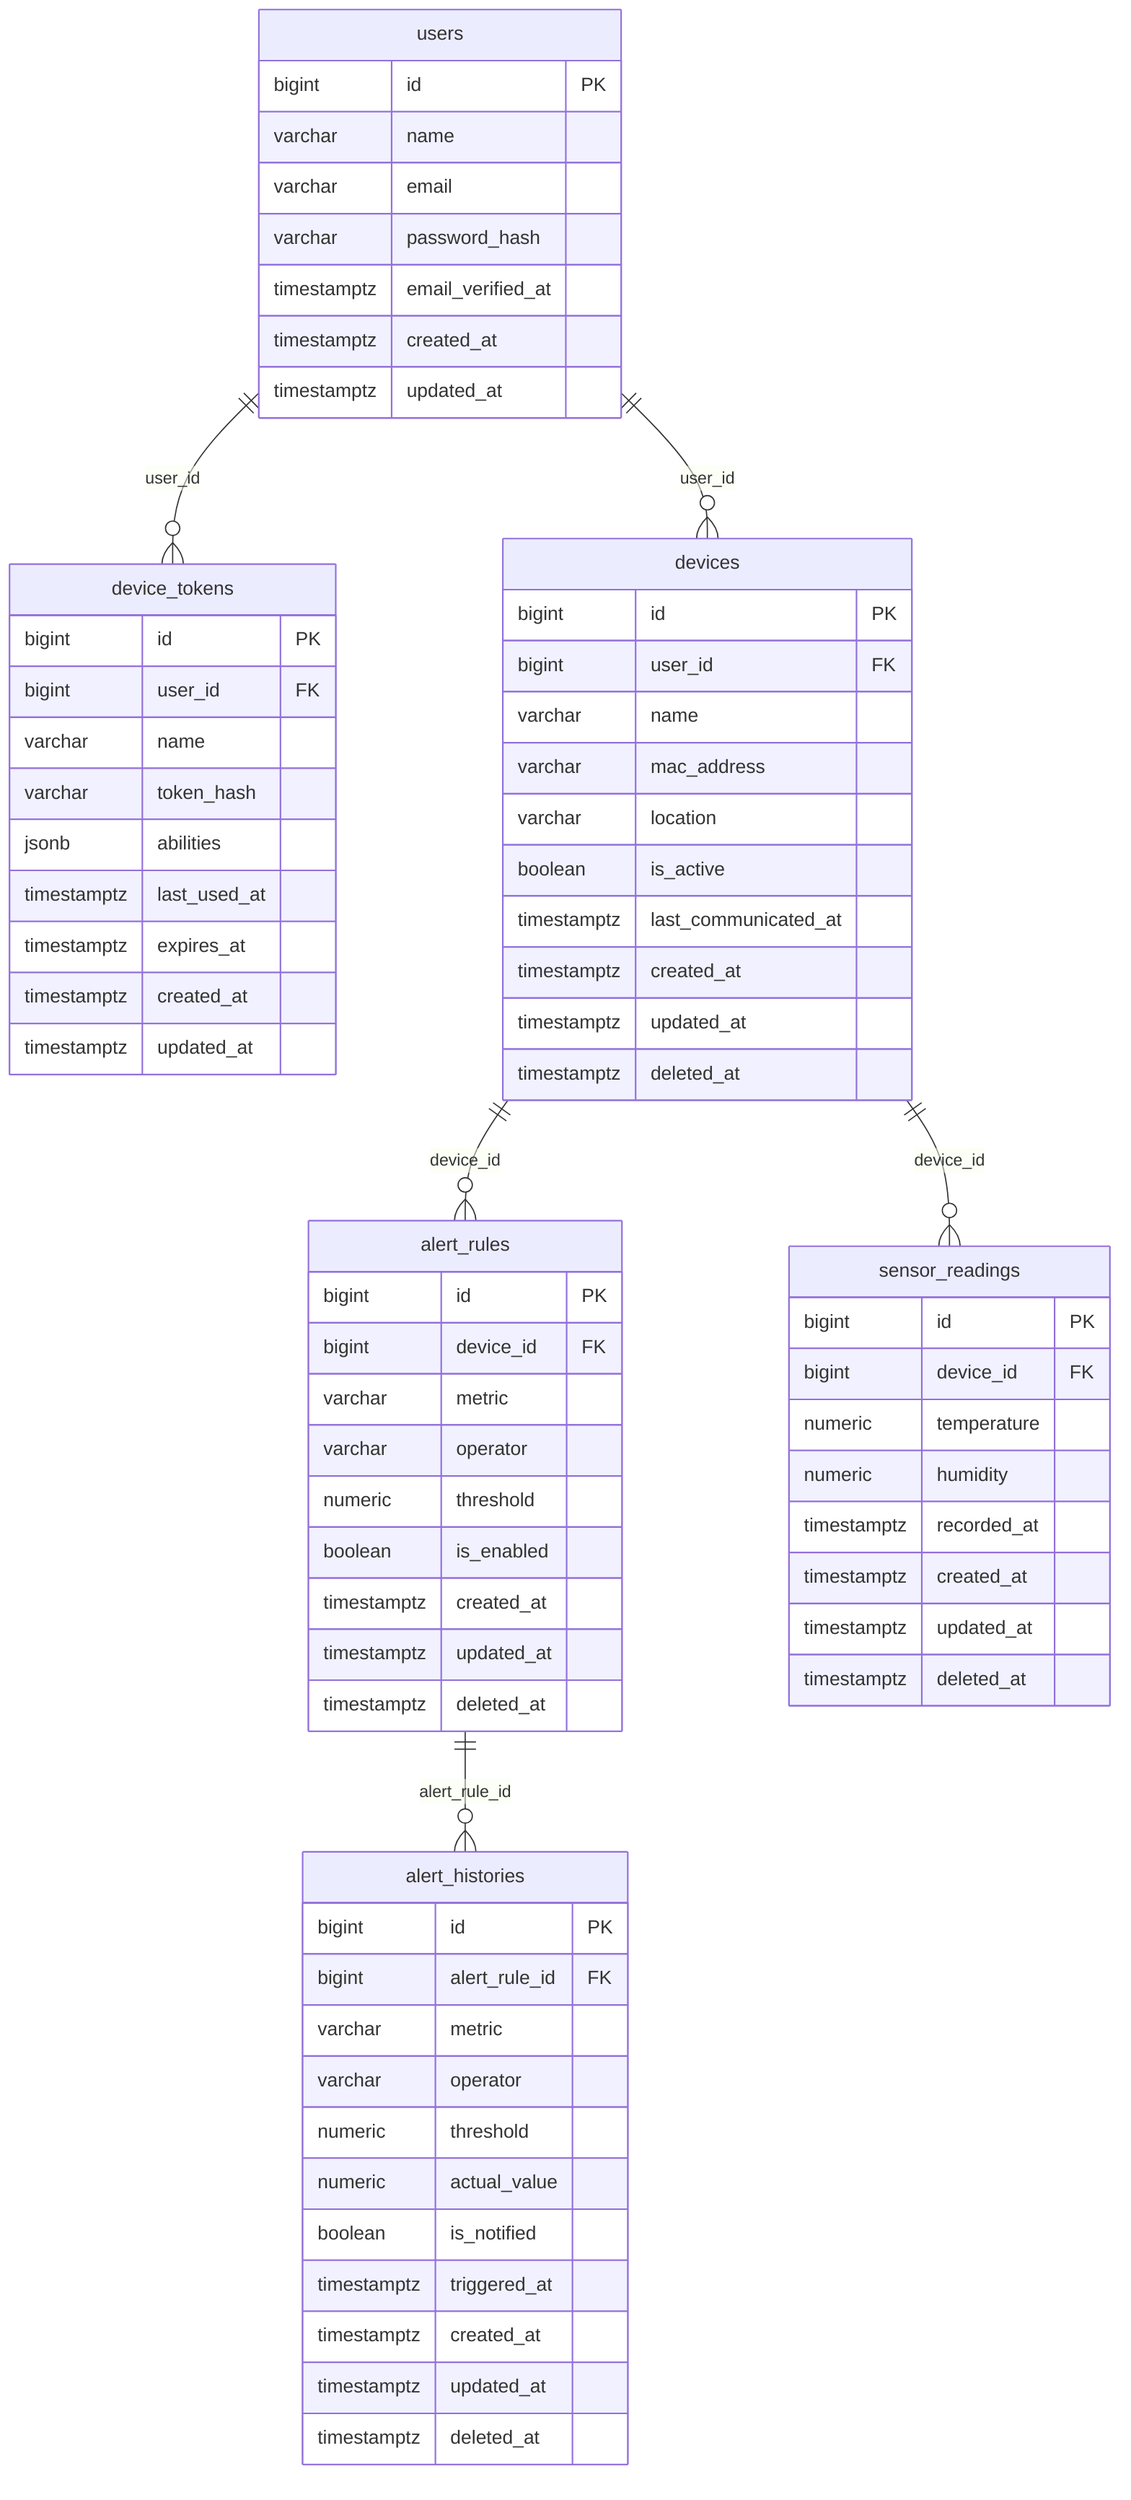
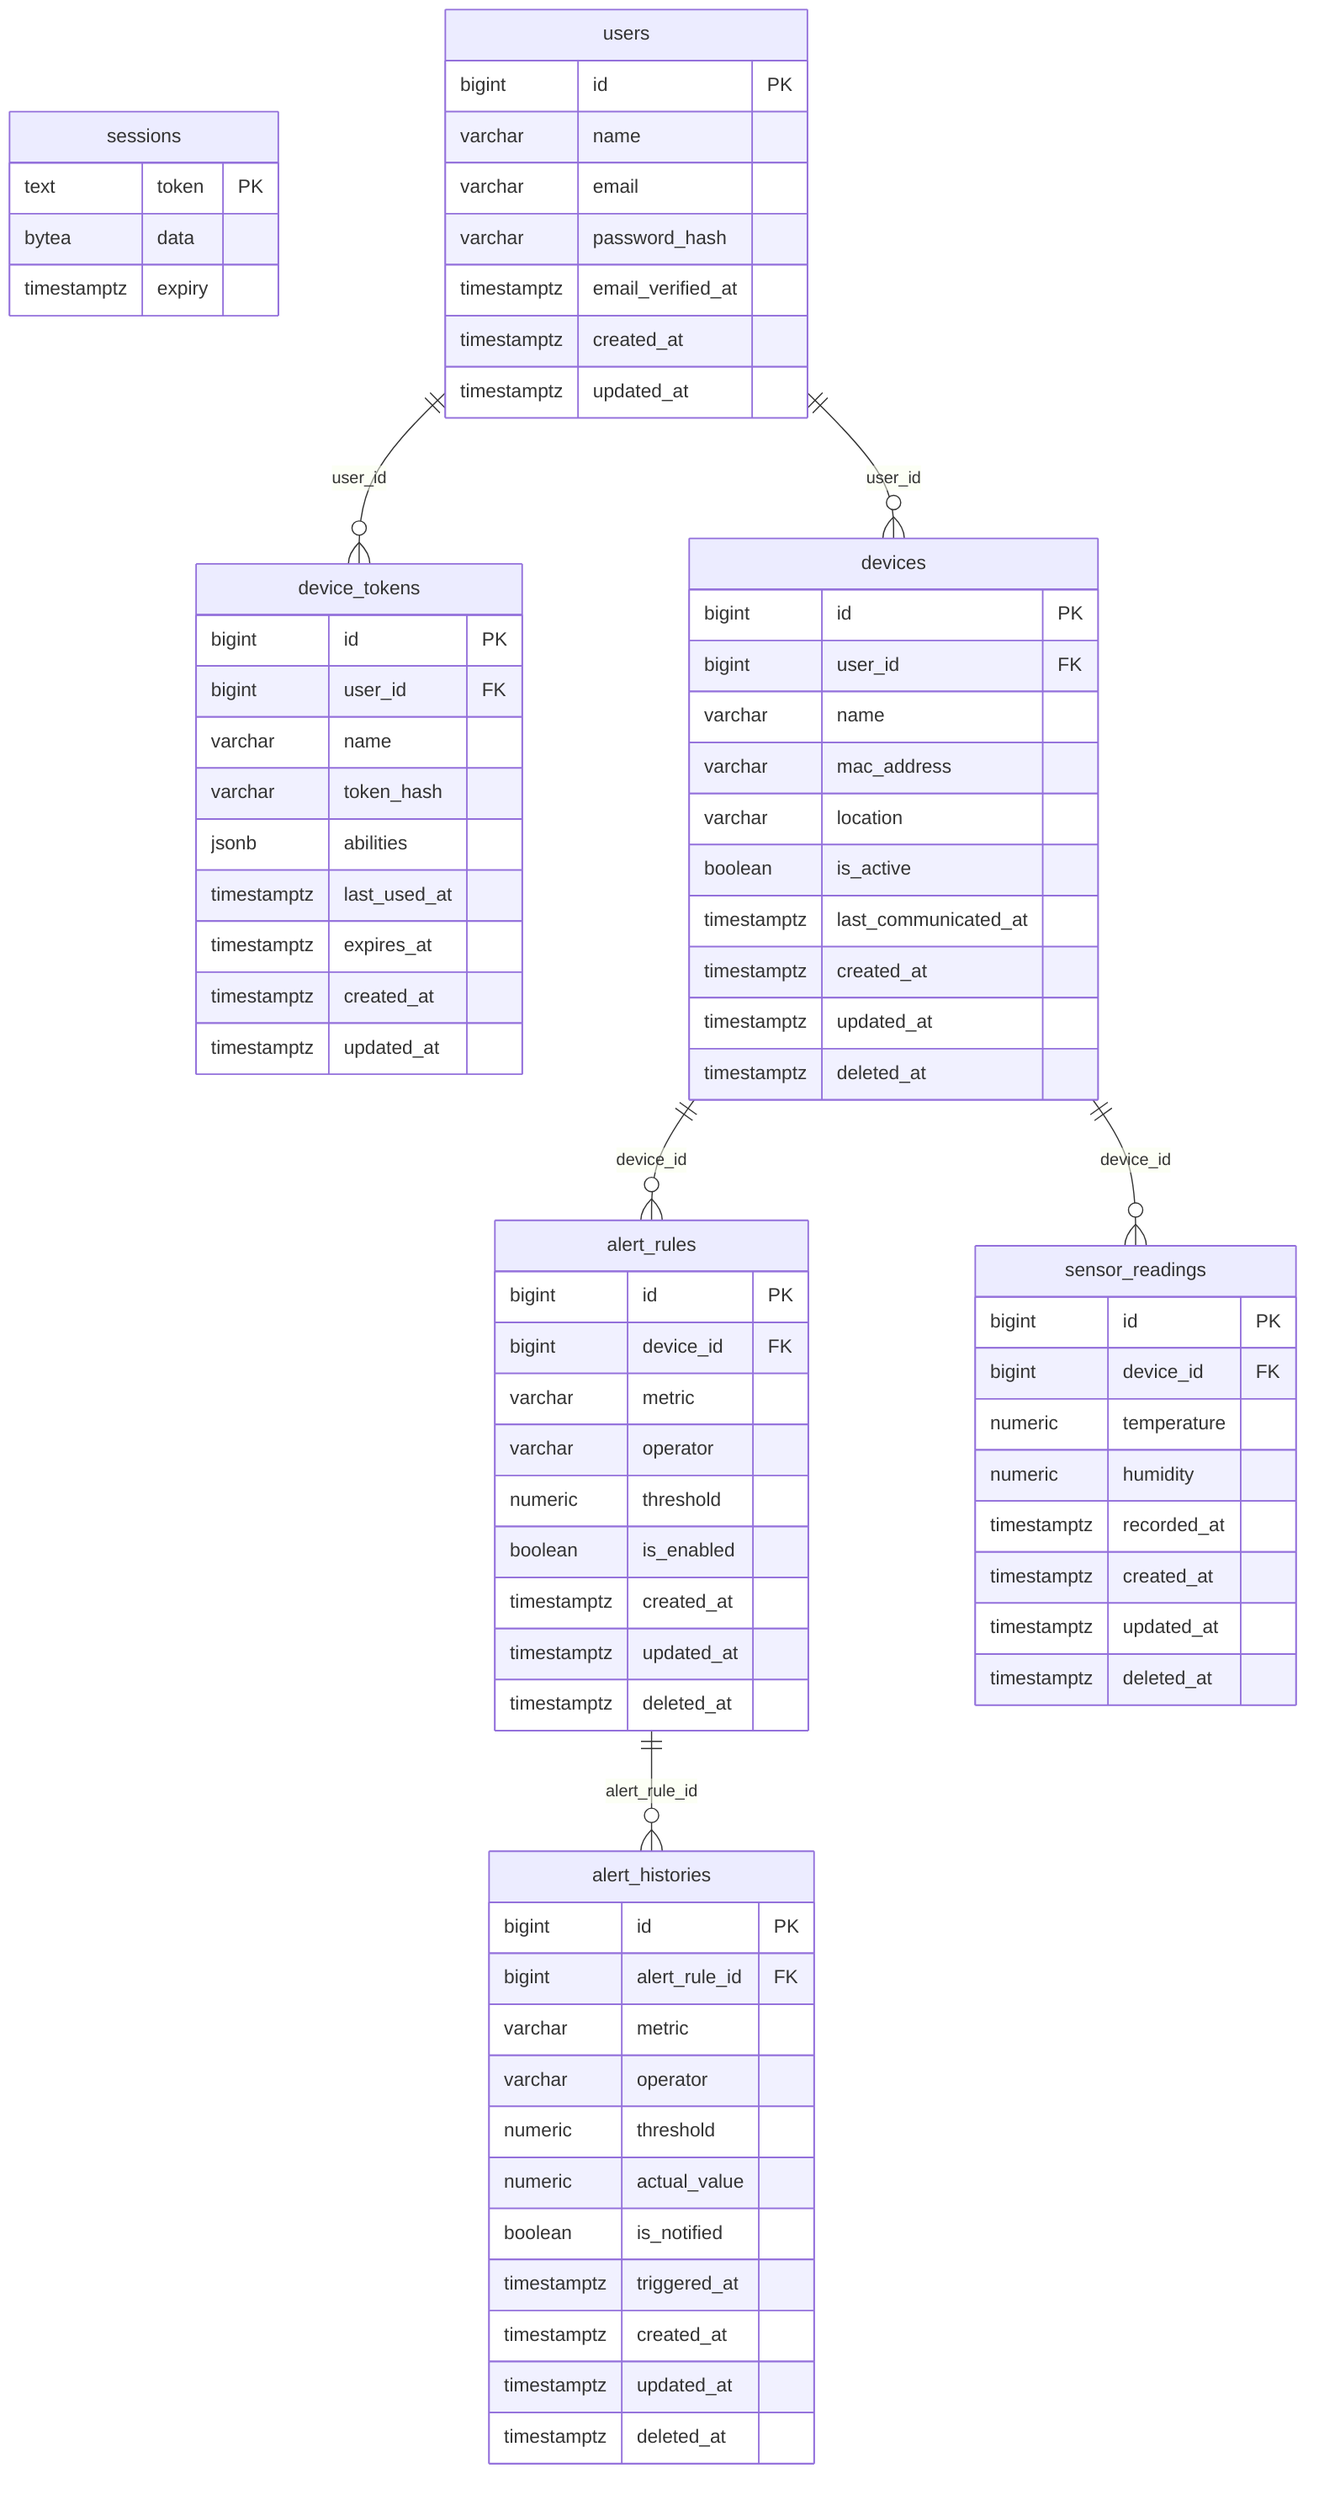
erDiagram
%% DBスナップショット — ER図 (Mermaid)。make db-snapshot で自動生成。手動編集しない。
%% 外部キー制約は張らない方針のため、関連は <table>_id 命名からの推論（論理リレーション）。
    alert_histories {
        bigint id PK
        bigint alert_rule_id FK
        varchar metric
        varchar operator
        numeric threshold
        numeric actual_value
        boolean is_notified
        timestamptz triggered_at
        timestamptz created_at
        timestamptz updated_at
        timestamptz deleted_at
    }
    alert_rules {
        bigint id PK
        bigint device_id FK
        varchar metric
        varchar operator
        numeric threshold
        boolean is_enabled
        timestamptz created_at
        timestamptz updated_at
        timestamptz deleted_at
    }
    device_tokens {
        bigint id PK
        bigint user_id FK
        varchar name
        varchar token_hash
        jsonb abilities
        timestamptz last_used_at
        timestamptz expires_at
        timestamptz created_at
        timestamptz updated_at
    }
    devices {
        bigint id PK
        bigint user_id FK
        varchar name
        varchar mac_address
        varchar location
        boolean is_active
        timestamptz last_communicated_at
        timestamptz created_at
        timestamptz updated_at
        timestamptz deleted_at
    }
    sensor_readings {
        bigint id PK
        bigint device_id FK
        numeric temperature
        numeric humidity
        timestamptz recorded_at
        timestamptz created_at
        timestamptz updated_at
        timestamptz deleted_at
    }
+     sessions {
+         text token PK
+         bytea data
+         timestamptz expiry
+     }
    users {
        bigint id PK
        varchar name
        varchar email
        varchar password_hash
        timestamptz email_verified_at
        timestamptz created_at
        timestamptz updated_at
    }
    alert_rules ||--o{ alert_histories : alert_rule_id
    devices ||--o{ alert_rules : device_id
    users ||--o{ device_tokens : user_id
    users ||--o{ devices : user_id
    devices ||--o{ sensor_readings : device_id
